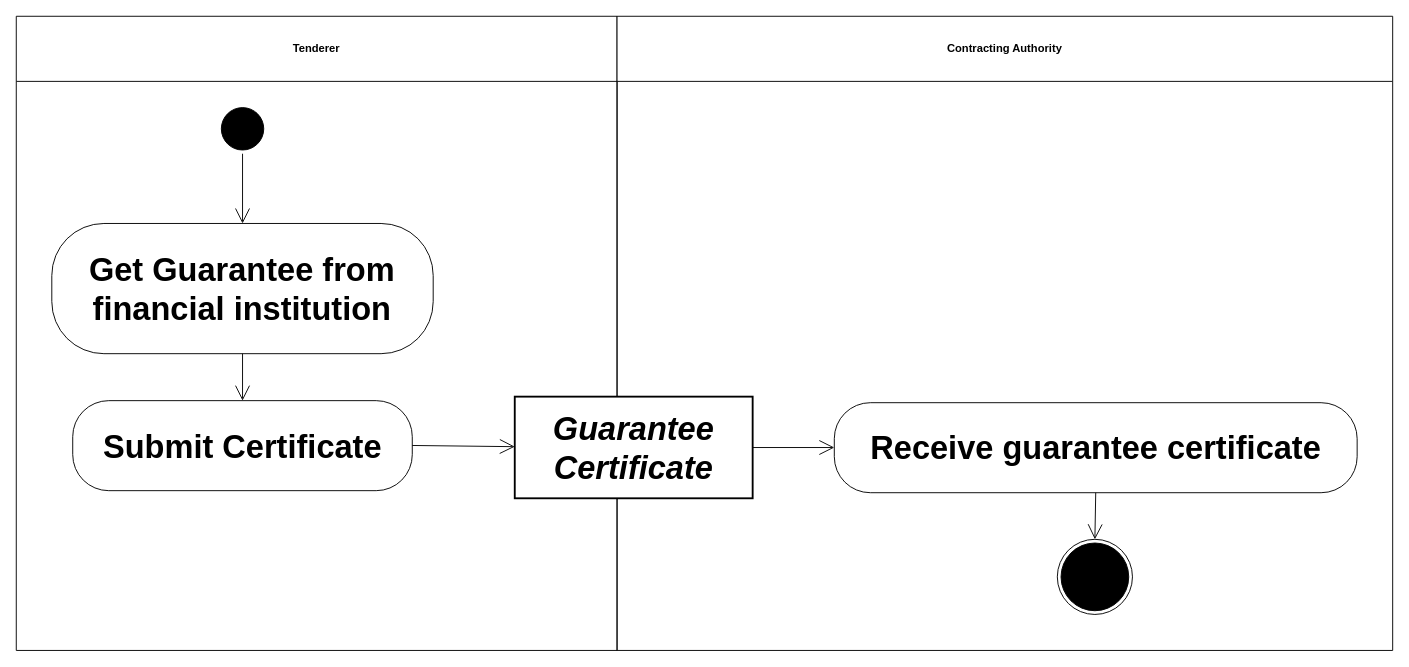
The draw.io diagram diagrams/UBL-2.2-Tender-GuaranteeDeposit/UBL-2.2-Tender-GuaranteeDeposit.drawio in kduvekot/ubl-work-on-svg-images, before the edit. Source tidied: cells renumbered, new cells numbered last; positions are measured from the earlier drawing's top-left corner, leaving out a move shared by most shapes. Both pictures are drawn from the tidied source at 93%, with x=0, y=0 at pixel (16, 16).
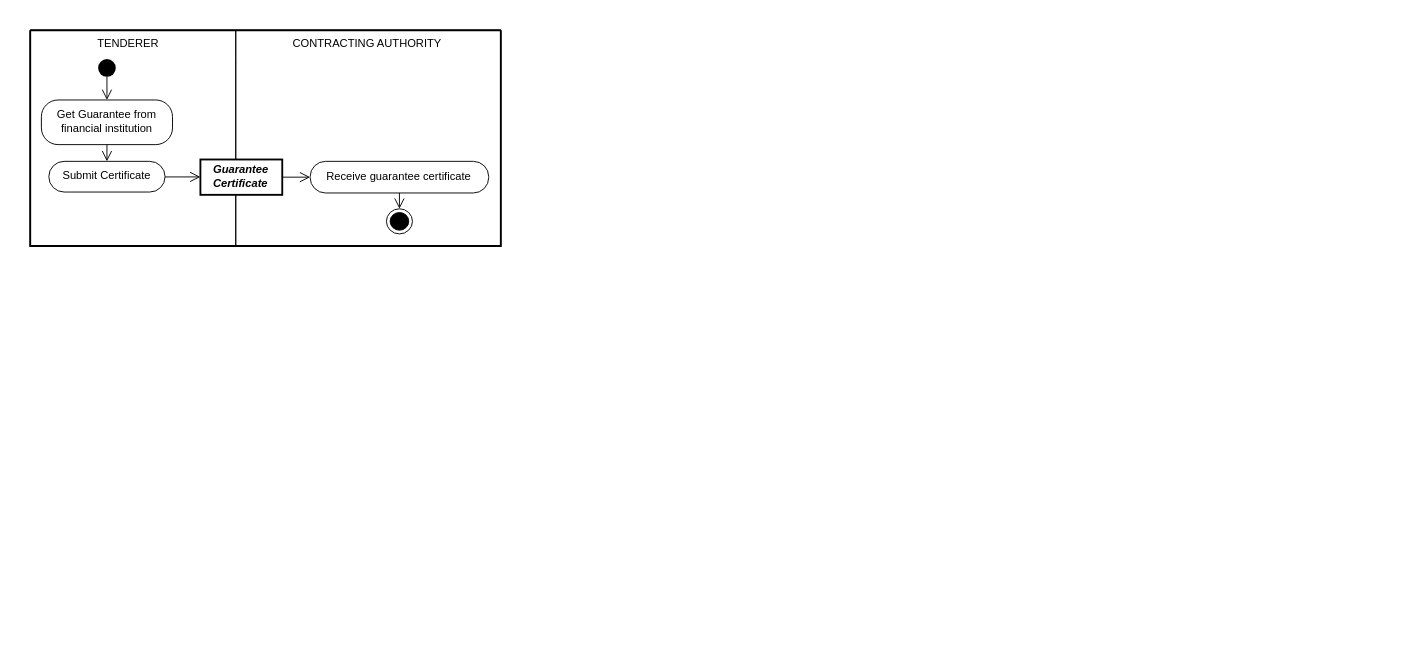
The same diagram, later.

Change to the diagram source:
```diff
@@
 <mxGraphModel>
   <root>
     <mxCell id="0" />
     <mxCell id="1" parent="0" />
+    <mxCell id="15" style="swimlane;html=1;startSize=0;whiteSpace=wrap;fillColor=none;strokeWidth=2;" parent="1" vertex="1">
+      <mxGeometry x="15" y="15" width="506" height="232" as="geometry" />
+    </mxCell>
-    <mxCell id="2" value="Tenderer" style="swimlane;whiteSpace=wrap;html=1;startSize=70;" parent="1" vertex="1">
-      <mxGeometry width="646" height="681.9" as="geometry" />
+    <mxCell id="2" value="TENDERER" style="swimlane;horizontal=1;startSize=28;swimlaneLine=0;html=1;fillColor=none;fontSize=12;fontStyle=0;spacing=0;spacingRight=12;" parent="15" vertex="1">
+      <mxGeometry width="221" height="232" as="geometry" />
     </mxCell>
-    <mxCell id="3" value="Contracting Authority" style="swimlane;whiteSpace=wrap;html=1;startSize=70;" parent="1" vertex="1">
-      <mxGeometry x="646" width="834" height="681.9" as="geometry" />
+    <mxCell id="3" value="CONTRACTING AUTHORITY" style="swimlane;horizontal=1;startSize=29;swimlaneLine=0;html=1;fillColor=none;fontSize=12;fontStyle=0;spacing=0;spacingRight=3;" parent="15" vertex="1">
+      <mxGeometry x="221" width="285" height="232" as="geometry" />
     </mxCell>
-    <mxCell id="4" style="ellipse;html=1;shape=startState;fillColor=#000000;strokeColor=#000000;fontFamily=Helvetica;fontSize=35;" parent="1" vertex="1">
-      <mxGeometry x="216.5" y="94.2" width="53.6" height="53.6" as="geometry" />
+    <mxCell id="4" style="ellipse;shape=startState;fillColor=#000000;strokeColor=none;html=1;" parent="2" vertex="1">
+      <mxGeometry x="69" y="27" width="27" height="27" as="geometry" />
     </mxCell>
-    <mxCell id="5" value="Get Guarantee from financial institution" style="rounded=1;arcSize=40;whiteSpace=wrap;html=1;fontStyle=1;fontFamily=Helvetica;fontSize=35;" parent="1" vertex="1">
-      <mxGeometry x="38.2" y="222.8" width="410.1" height="140" as="geometry" />
+    <mxCell id="5" value="Get Guarantee from&lt;br&gt;financial institution" style="rounded=1;absoluteArcSize=1;arcSize=36;html=1;whiteSpace=nowrap;fontSize=12;fontStyle=0;align=center;verticalAlign=middle;spacing=0;spacingRight=2;spacingBottom=3;" parent="2" vertex="1">
+      <mxGeometry x="12" y="75" width="141" height="48" as="geometry" />
     </mxCell>
-    <mxCell id="6" value="Guarantee Certificate" style="rounded=0;whiteSpace=wrap;html=1;fontStyle=3;strokeWidth=2;fontFamily=Helvetica;fontSize=35;" parent="1" vertex="1">
-      <mxGeometry x="536" y="409" width="255.8" height="109.3" as="geometry" />
+    <mxCell id="6" value="Guarantee&lt;br&gt;Certificate" style="rounded=0;html=1;whiteSpace=nowrap;fontSize=12;fontStyle=3;align=left;verticalAlign=middle;spacing=0;spacingLeft=14;spacingBottom=2;strokeWidth=2;" parent="3" vertex="1">
+      <mxGeometry x="-38" y="139" width="88" height="38" as="geometry" />
     </mxCell>
-    <mxCell id="7" value="Submit Certificate" style="rounded=1;arcSize=40;whiteSpace=wrap;html=1;fontStyle=1;fontFamily=Helvetica;fontSize=35;" parent="1" vertex="1">
-      <mxGeometry x="60.7" y="413.3" width="365.1" height="96.8" as="geometry" />
+    <mxCell id="7" value="Submit Certificate" style="rounded=1;absoluteArcSize=1;arcSize=33;html=1;whiteSpace=nowrap;fontSize=12;fontStyle=0;align=center;verticalAlign=middle;spacing=0;spacingRight=2;spacingBottom=1;" parent="2" vertex="1">
+      <mxGeometry x="20" y="141" width="125" height="33" as="geometry" />
     </mxCell>
-    <mxCell id="8" value="Receive guarantee certificate" style="rounded=1;arcSize=40;whiteSpace=wrap;html=1;fontStyle=1;fontFamily=Helvetica;fontSize=35;" parent="1" vertex="1">
-      <mxGeometry x="879.6" y="415.5" width="562.2" height="96.8" as="geometry" />
+    <mxCell id="8" value="Receive guarantee certificate" style="rounded=1;absoluteArcSize=1;arcSize=33;html=1;whiteSpace=nowrap;fontSize=12;fontStyle=0;align=center;verticalAlign=middle;spacing=0;spacingRight=2;spacingBottom=1;" parent="3" vertex="1">
+      <mxGeometry x="80" y="141" width="192" height="34" as="geometry" />
     </mxCell>
-    <mxCell id="9" style="ellipse;html=1;shape=endState;fillColor=#000000;strokeColor=#000000;fontFamily=Helvetica;fontSize=35;" parent="1" vertex="1">
-      <mxGeometry x="1119.4" y="562.4" width="80.8" height="80.8" as="geometry" />
+    <mxCell id="9" style="ellipse;shape=endState;fillColor=#000000;html=1;" parent="3" vertex="1">
+      <mxGeometry x="162" y="192" width="28" height="27" as="geometry" />
     </mxCell>
-    <mxCell id="10" style="edgeStyle=none;rounded=0;html=1;endArrow=open;endFill=0;endSize=14;exitX=0.5;exitY=1.0;entryX=0.5001;entryY=0.0;" parent="1" edge="1" source="4" target="5">
+    <mxCell id="10" style="edgeStyle=none;rounded=0;html=1;endArrow=open;endFill=0;endSize=9;exitX=0.5;exitY=0.8485;exitPerimeter=0;entryX=0.5;entryY=0;entryPerimeter=0;" parent="2" edge="1" source="4" target="5">
       <mxGeometry relative="1" as="geometry" />
     </mxCell>
-    <mxCell id="11" style="edgeStyle=none;rounded=0;html=1;endArrow=open;endFill=0;endSize=14;exitX=0.5001;exitY=1.0;entryX=0.5001;entryY=0.0;" parent="1" edge="1" source="5" target="7">
+    <mxCell id="11" style="edgeStyle=none;rounded=0;html=1;endArrow=open;endFill=0;endSize=9;exitX=0.5;exitY=1;exitPerimeter=0;entryX=0.5;entryY=0;entryPerimeter=0;" parent="2" edge="1" source="5" target="7">
       <mxGeometry relative="1" as="geometry" />
     </mxCell>
-    <mxCell id="12" style="edgeStyle=none;rounded=0;html=1;endArrow=open;endFill=0;endSize=14;exitX=1.0;exitY=0.4979;entryX=0.0;entryY=0.4922;" parent="1" edge="1" source="7" target="6">
+    <mxCell id="12" style="edgeStyle=none;rounded=0;html=1;endArrow=open;endFill=0;endSize=9;exitPerimeter=0;entryX=0;entryY=0.4933;entryPerimeter=0;exitX=1;exitY=0.507436;" parent="15" edge="1" source="7" target="6">
       <mxGeometry relative="1" as="geometry" />
     </mxCell>
-    <mxCell id="13" style="edgeStyle=none;rounded=0;html=1;endArrow=open;endFill=0;endSize=14;exitX=1.0;exitY=0.5005;entryX=0.0;entryY=0.4979;" parent="1" edge="1" source="6" target="8">
+    <mxCell id="13" style="edgeStyle=none;rounded=0;html=1;endArrow=open;endFill=0;endSize=9;exitX=1;exitY=0.5;exitPerimeter=0;entryX=0;entryY=0.5;entryPerimeter=0;" parent="3" edge="1" source="6" target="8">
       <mxGeometry relative="1" as="geometry" />
     </mxCell>
-    <mxCell id="14" style="edgeStyle=none;rounded=0;html=1;endArrow=open;endFill=0;endSize=14;exitX=0.5;exitY=1.0;entryX=0.5;entryY=0.0;" parent="1" edge="1" source="8" target="9">
+    <mxCell id="14" style="edgeStyle=none;rounded=0;html=1;endArrow=open;endFill=0;endSize=9;exitX=0.5;exitY=1;exitPerimeter=0;entryPerimeter=0;entryX=0.5;entryY=0;" parent="3" edge="1" source="8" target="9">
       <mxGeometry relative="1" as="geometry" />
     </mxCell>
   </root>
 </mxGraphModel>
```
